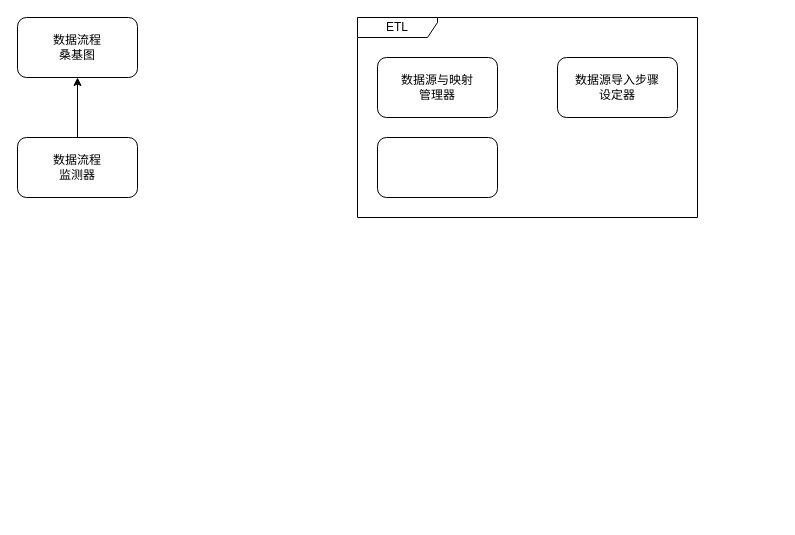
Above: page "BI System" (4 of 5) of 结构分析.drawio in uiosun/diagrams (draw.io), before the change. Source tidied: cells renumbered, new cells numbered last; positions are measured from the earlier drawing's top-left corner, leaving out a move shared by most shapes. Both pictures are drawn from the tidied source at 100%, with x=0, y=0 at pixel (17, 17).
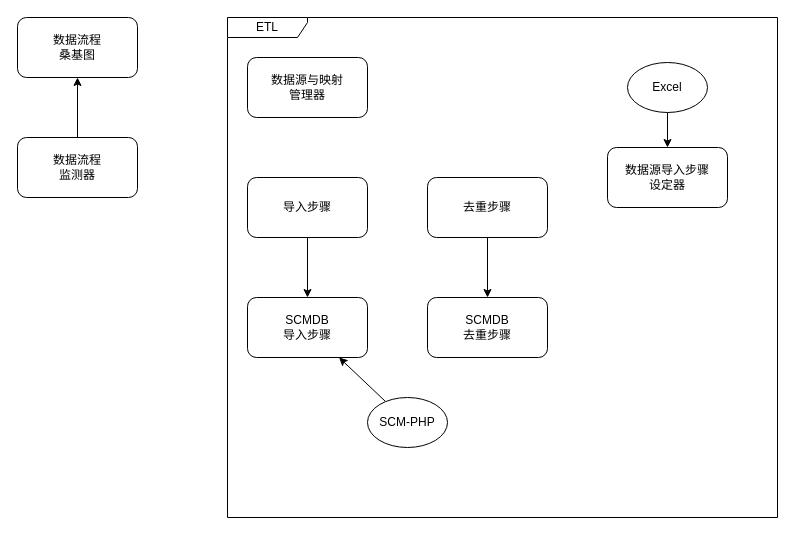
The same page after the edit.

Change to the diagram source:
```diff
@@
 <mxGraphModel>
   <root>
     <mxCell id="0" />
     <mxCell id="1" parent="0" />
     <mxCell id="2" value="数据流程&lt;br&gt;桑基图" style="rounded=1;whiteSpace=wrap;html=1;" parent="1" vertex="1">
       <mxGeometry width="120" height="60" as="geometry" />
     </mxCell>
     <mxCell id="3" value="ETL" style="shape=umlFrame;whiteSpace=wrap;html=1;width=80;height=20;" parent="1" vertex="1">
-      <mxGeometry x="340" width="340" height="200" as="geometry" />
+      <mxGeometry x="210" width="550" height="500" as="geometry" />
     </mxCell>
     <mxCell id="4" value="数据源与映射&lt;br&gt;管理器" style="rounded=1;whiteSpace=wrap;html=1;" parent="3" vertex="1">
       <mxGeometry x="20" y="40" width="120" height="60" as="geometry" />
     </mxCell>
     <mxCell id="5" value="数据源导入步骤&lt;br&gt;设定器" style="rounded=1;whiteSpace=wrap;html=1;" parent="3" vertex="1">
-      <mxGeometry x="200" y="40" width="120" height="60" as="geometry" />
+      <mxGeometry x="380" y="130" width="120" height="60" as="geometry" />
     </mxCell>
+    <mxCell id="9" style="rounded=0;jettySize=auto;html=1;" parent="3" edge="1" source="6" target="10">
+      <mxGeometry relative="1" as="geometry" />
+    </mxCell>
-    <mxCell id="6" style="rounded=1;whiteSpace=wrap;html=1;" parent="3" vertex="1">
-      <mxGeometry x="20" y="120" width="120" height="60" as="geometry" />
+    <mxCell id="6" value="导入步骤" style="rounded=1;whiteSpace=wrap;html=1;" parent="3" vertex="1">
+      <mxGeometry x="20" y="160" width="120" height="60" as="geometry" />
     </mxCell>
+    <mxCell id="10" value="SCMDB&lt;br&gt;导入步骤" style="rounded=1;whiteSpace=wrap;html=1;" parent="3" vertex="1">
+      <mxGeometry x="20" y="280" width="120" height="60" as="geometry" />
+    </mxCell>
+    <mxCell id="11" style="rounded=0;jettySize=auto;html=1;" parent="3" edge="1" source="12" target="13">
+      <mxGeometry relative="1" as="geometry" />
+    </mxCell>
+    <mxCell id="12" value="去重步骤" style="rounded=1;whiteSpace=wrap;html=1;" parent="3" vertex="1">
+      <mxGeometry x="200" y="160" width="120" height="60" as="geometry" />
+    </mxCell>
+    <mxCell id="13" value="SCMDB&lt;br&gt;去重步骤" style="rounded=1;whiteSpace=wrap;html=1;" parent="3" vertex="1">
+      <mxGeometry x="200" y="280" width="120" height="60" as="geometry" />
+    </mxCell>
+    <mxCell id="14" style="rounded=0;jettySize=auto;html=1;" parent="3" edge="1" source="15" target="5">
+      <mxGeometry relative="1" as="geometry" />
+    </mxCell>
+    <mxCell id="15" value="Excel" style="ellipse;whiteSpace=wrap;html=1;" parent="3" vertex="1">
+      <mxGeometry x="400" y="45" width="80" height="50" as="geometry" />
+    </mxCell>
+    <mxCell id="16" style="rounded=0;jettySize=auto;html=1;" parent="3" edge="1" source="17" target="10">
+      <mxGeometry relative="1" as="geometry" />
+    </mxCell>
+    <mxCell id="17" value="SCM-PHP" style="ellipse;whiteSpace=wrap;html=1;" parent="3" vertex="1">
+      <mxGeometry x="140" y="380" width="80" height="50" as="geometry" />
+    </mxCell>
-    <mxCell id="7" style="edgeStyle=orthogonalEdgeStyle;rounded=0;jettySize=auto;html=1;" parent="1" edge="1" source="8" target="2">
+    <mxCell id="7" style="rounded=0;jettySize=auto;html=1;" parent="1" edge="1" source="8" target="2">
       <mxGeometry relative="1" as="geometry" />
     </mxCell>
     <mxCell id="8" value="数据流程&lt;br&gt;监测器" style="rounded=1;whiteSpace=wrap;html=1;" parent="1" vertex="1">
       <mxGeometry y="120" width="120" height="60" as="geometry" />
     </mxCell>
   </root>
 </mxGraphModel>
```
